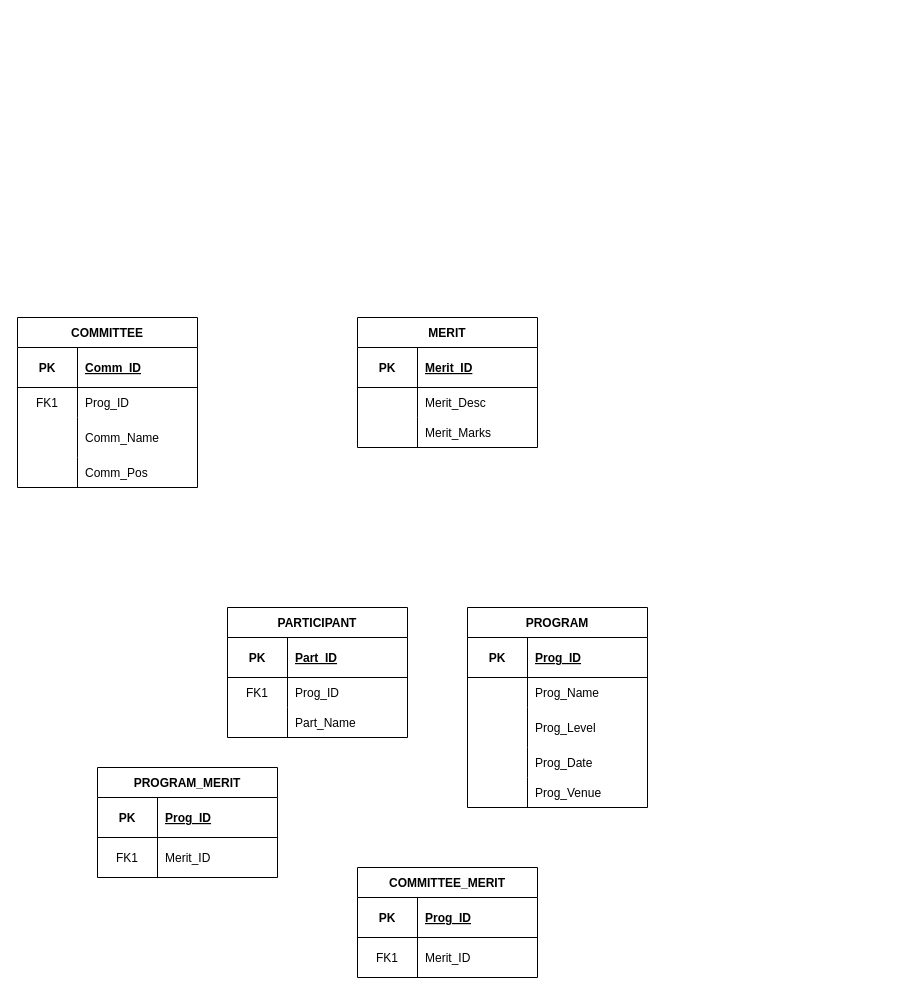
Above: Untitled Diagram.drawio in jianqi02/ERD (draw.io), before the change. Source tidied: cells renumbered, new cells numbered last; positions are measured from the earlier drawing's top-left corner, leaving out a move shared by most shapes. Both pictures are drawn from the tidied source at 100%, with x=0, y=0 at pixel (17, 317).
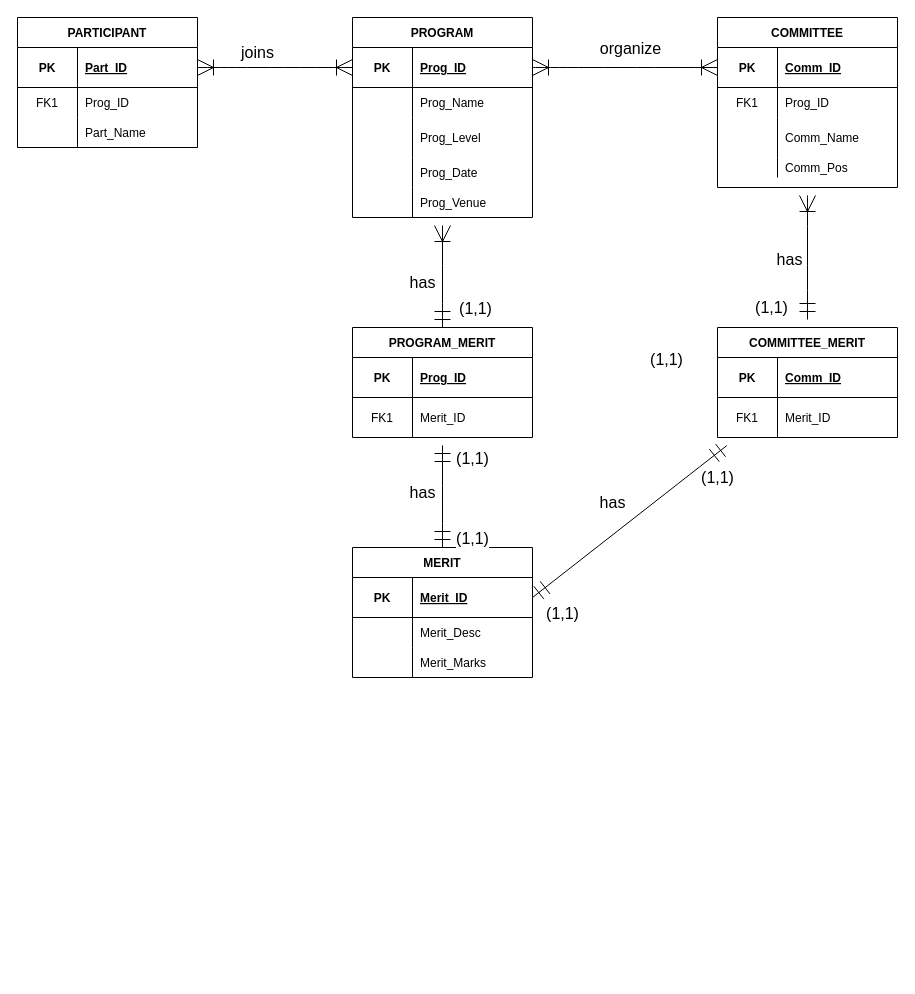
The same diagram, later.

Unchanged cells that the change refers to:
```xml
<mxCell id="3" style="shape=tableRow;horizontal=0;startSize=0;swimlaneHead=0;swimlaneBody=0;fillColor=none;points=[[0,0.5],[1,0.5]];portConstraint=eastwest;top=0;left=0;right=0;bottom=1;" parent="2" vertex="1">
  <mxGeometry y="30" width="180" height="40" as="geometry" />
</mxCell>
<mxCell id="13" style="shape=tableRow;horizontal=0;startSize=0;swimlaneHead=0;swimlaneBody=0;fillColor=none;points=[[0,0.5],[1,0.5]];portConstraint=eastwest;top=0;left=0;right=0;bottom=1;" parent="12" vertex="1">
  <mxGeometry y="30" width="180" height="40" as="geometry" />
</mxCell>
<mxCell id="36" style="shape=tableRow;horizontal=0;startSize=0;swimlaneHead=0;swimlaneBody=0;fillColor=none;top=0;left=0;right=0;bottom=1;" parent="35" vertex="1">
  <mxGeometry y="30" width="180" height="40" as="geometry" />
</mxCell>
<mxCell id="43" style="shape=tableRow;horizontal=0;startSize=0;swimlaneHead=0;swimlaneBody=0;fillColor=none;points=[[0,0.5],[1,0.5]];portConstraint=eastwest;top=0;left=0;right=0;bottom=1;" parent="42" vertex="1">
  <mxGeometry y="30" width="180" height="40" as="geometry" />
</mxCell>
<mxCell id="53" style="shape=tableRow;horizontal=0;startSize=0;swimlaneHead=0;swimlaneBody=0;fillColor=none;points=[[0,0.5],[1,0.5]];portConstraint=eastwest;top=0;left=0;right=0;bottom=1;" parent="52" vertex="1">
  <mxGeometry y="30" width="180" height="40" as="geometry" />
</mxCell>
```

Diff of the diagram source:
```diff
@@
     <mxCell id="2" value="PARTICIPANT" style="shape=table;startSize=30;childLayout=tableLayout;rowLines=0;fontStyle=1;align=center;" parent="1" vertex="1">
-      <mxGeometry x="210" y="290" width="180" height="130" as="geometry" />
+      <mxGeometry y="-300" width="180" height="130" as="geometry" />
     </mxCell>
@@
+    <mxCell id="65" style="edgeStyle=none;curved=1;rounded=0;jettySize=auto;html=1;entryX=0.5;entryY=0;entryDx=0;entryDy=0;fontSize=12;startArrow=ERoneToMany;startFill=0;endArrow=ERmandOne;endFill=0;startSize=14;endSize=14;sourcePerimeterSpacing=8;targetPerimeterSpacing=8;" parent="1" edge="1" source="12" target="28">
+      <mxGeometry relative="1" as="geometry" />
+    </mxCell>
     <mxCell id="12" value="PROGRAM" style="shape=table;startSize=30;childLayout=tableLayout;rowLines=0;fontStyle=1;align=center;" parent="1" vertex="1">
-      <mxGeometry x="450" y="290" width="180" height="200" as="geometry" />
+      <mxGeometry x="335" y="-300" width="180" height="200" as="geometry" />
     </mxCell>
@@
+    <mxCell id="66" style="edgeStyle=none;curved=1;rounded=0;jettySize=auto;html=1;entryX=0.5;entryY=0;entryDx=0;entryDy=0;fontSize=12;startArrow=ERmandOne;startFill=0;endArrow=ERmandOne;endFill=0;startSize=14;endSize=14;sourcePerimeterSpacing=8;targetPerimeterSpacing=8;" parent="1" edge="1" source="28" target="42">
+      <mxGeometry relative="1" as="geometry" />
+    </mxCell>
     <mxCell id="28" value="PROGRAM_MERIT" style="shape=table;startSize=30;childLayout=tableLayout;rowLines=0;fontStyle=1;align=center;" parent="1" vertex="1">
-      <mxGeometry x="80" y="450" width="180" height="110" as="geometry" />
+      <mxGeometry x="335" y="10" width="180" height="110" as="geometry" />
     </mxCell>
@@
+    <mxCell id="67" style="edgeStyle=none;curved=1;rounded=0;jettySize=auto;html=1;entryX=1;entryY=0.5;entryDx=0;entryDy=0;fontSize=12;startArrow=ERmandOne;startFill=0;endArrow=ERmandOne;endFill=0;startSize=14;endSize=14;sourcePerimeterSpacing=8;targetPerimeterSpacing=8;" parent="1" edge="1" source="35" target="43">
+      <mxGeometry relative="1" as="geometry" />
+    </mxCell>
+    <mxCell id="68" value="(1,1)" style="edgeLabel;html=1;align=center;verticalAlign=middle;fontSize=16;" parent="67" vertex="1">
+      <mxGeometry x="-0.48" y="-2" relative="1" as="geometry">
+        <mxPoint x="42" y="-6" as="offset" />
+      </mxGeometry>
+    </mxCell>
     <mxCell id="35" value="COMMITTEE_MERIT" style="shape=table;startSize=30;childLayout=tableLayout;rowLines=0;fontStyle=1;align=center;" parent="1" vertex="1">
-      <mxGeometry x="340" y="550" width="180" height="110" as="geometry" />
+      <mxGeometry x="700" y="10" width="180" height="110" as="geometry" />
     </mxCell>
@@
-    <mxCell id="38" value="Prog_ID" style="shape=partialRectangle;fillColor=none;top=0;left=0;bottom=0;right=0;align=left;spacingLeft=6;fontStyle=5;overflow=hidden;" parent="36" vertex="1">
+    <mxCell id="38" value="Comm_ID" style="shape=partialRectangle;fillColor=none;top=0;left=0;bottom=0;right=0;align=left;spacingLeft=6;fontStyle=5;overflow=hidden;" parent="36" vertex="1">
       <mxGeometry x="60" width="120" height="40" as="geometry" />
     </mxCell>
@@
     <mxCell id="42" value="MERIT" style="shape=table;startSize=30;childLayout=tableLayout;rowLines=0;fontStyle=1;align=center;" parent="1" vertex="1">
-      <mxGeometry x="340" width="180" height="130" as="geometry" />
+      <mxGeometry x="335" y="230" width="180" height="130" as="geometry" />
     </mxCell>
@@
+    <mxCell id="69" style="edgeStyle=none;curved=1;rounded=0;jettySize=auto;html=1;fontSize=12;endArrow=ERmandOne;startSize=14;endSize=14;sourcePerimeterSpacing=8;targetPerimeterSpacing=8;endFill=0;startArrow=ERoneToMany;startFill=0;" parent="1" edge="1" source="52" target="35">
+      <mxGeometry relative="1" as="geometry" />
+    </mxCell>
+    <mxCell id="70" value="has" style="edgeLabel;html=1;align=center;verticalAlign=middle;fontSize=16;" parent="69" vertex="1">
+      <mxGeometry x="0.16" y="-3" relative="1" as="geometry">
+        <mxPoint x="-16" y="-9" as="offset" />
+      </mxGeometry>
+    </mxCell>
     <mxCell id="52" value="COMMITTEE" style="shape=table;startSize=30;childLayout=tableLayout;rowLines=0;fontStyle=1;align=center;" parent="1" vertex="1">
-      <mxGeometry width="180" height="170" as="geometry" />
+      <mxGeometry x="700" y="-300" width="180" height="170" as="geometry" />
     </mxCell>
@@
     <mxCell id="62" style="shape=tableRow;horizontal=0;startSize=0;swimlaneHead=0;swimlaneBody=0;fillColor=none;top=0;left=0;right=0;bottom=0;" parent="52" vertex="1">
-      <mxGeometry y="140" width="180" height="30" as="geometry" />
+      <mxGeometry y="140" width="180" height="20" as="geometry" />
     </mxCell>
     <mxCell id="63" style="shape=partialRectangle;fillColor=none;top=0;left=0;bottom=0;right=0;overflow=hidden;" parent="62" vertex="1">
-      <mxGeometry width="60" height="30" as="geometry" />
+      <mxGeometry width="60" height="20" as="geometry" />
     </mxCell>
     <mxCell id="64" value="Comm_Pos" style="shape=partialRectangle;fillColor=none;top=0;left=0;bottom=0;right=0;align=left;spacingLeft=6;overflow=hidden;" parent="62" vertex="1">
-      <mxGeometry x="60" width="120" height="30" as="geometry" />
+      <mxGeometry x="60" width="120" height="20" as="geometry" />
     </mxCell>
+    <mxCell id="71" style="edgeStyle=none;curved=1;rounded=0;jettySize=auto;html=1;exitX=1;exitY=0.5;exitDx=0;exitDy=0;entryX=0;entryY=0.5;entryDx=0;entryDy=0;fontSize=12;endArrow=ERoneToMany;startSize=14;endSize=14;sourcePerimeterSpacing=8;targetPerimeterSpacing=8;endFill=0;startArrow=ERoneToMany;startFill=0;" parent="1" edge="1" source="3" target="13">
+      <mxGeometry relative="1" as="geometry" />
+    </mxCell>
+    <mxCell id="72" style="edgeStyle=none;curved=1;rounded=0;jettySize=auto;html=1;exitX=1;exitY=0.5;exitDx=0;exitDy=0;entryX=0;entryY=0.5;entryDx=0;entryDy=0;fontSize=12;endArrow=ERoneToMany;startSize=14;endSize=14;sourcePerimeterSpacing=8;targetPerimeterSpacing=8;endFill=0;startArrow=ERoneToMany;startFill=0;" parent="1" edge="1" source="13" target="53">
+      <mxGeometry relative="1" as="geometry" />
+    </mxCell>
+    <mxCell id="73" value="organize" style="edgeLabel;html=1;align=center;verticalAlign=middle;fontSize=16;" parent="72" vertex="1">
+      <mxGeometry x="-0.15" y="-2" relative="1" as="geometry">
+        <mxPoint x="18" y="-22" as="offset" />
+      </mxGeometry>
+    </mxCell>
+    <mxCell id="74" value="joins" style="text;html=1;align=center;verticalAlign=middle;strokeColor=none;fillColor=none;fontSize=16;" parent="1" vertex="1">
+      <mxGeometry x="210" y="-280" width="60" height="30" as="geometry" />
+    </mxCell>
+    <mxCell id="75" value="has" style="text;html=1;align=center;verticalAlign=middle;strokeColor=none;fillColor=none;fontSize=16;" parent="1" vertex="1">
+      <mxGeometry x="570" y="170" width="50" height="30" as="geometry" />
+    </mxCell>
+    <mxCell id="76" value="has" style="text;html=1;align=center;verticalAlign=middle;strokeColor=none;fillColor=none;fontSize=16;" parent="1" vertex="1">
+      <mxGeometry x="380" y="160" width="50" height="30" as="geometry" />
+    </mxCell>
+    <mxCell id="77" value="has" style="text;html=1;align=center;verticalAlign=middle;strokeColor=none;fillColor=none;fontSize=16;" parent="1" vertex="1">
+      <mxGeometry x="380" y="-50" width="50" height="30" as="geometry" />
+    </mxCell>
+    <mxCell id="78" value="(1,1)" style="edgeLabel;html=1;align=center;verticalAlign=middle;fontSize=16;" parent="1" vertex="1">
+      <mxGeometry x="730" y="175" as="geometry">
+        <mxPoint x="-186" y="120" as="offset" />
+      </mxGeometry>
+    </mxCell>
+    <mxCell id="79" value="(1,1)" style="edgeLabel;html=1;align=center;verticalAlign=middle;fontSize=16;" parent="1" vertex="1">
+      <mxGeometry x="710" y="185" as="geometry">
+        <mxPoint x="43" y="-196" as="offset" />
+      </mxGeometry>
+    </mxCell>
+    <mxCell id="80" value="(1,1)" style="edgeLabel;html=1;align=center;verticalAlign=middle;fontSize=16;" parent="1" vertex="1">
+      <mxGeometry x="740" y="185" as="geometry">
+        <mxPoint x="-283" y="-195" as="offset" />
+      </mxGeometry>
+    </mxCell>
+    <mxCell id="81" value="(1,1)" style="edgeLabel;html=1;align=center;verticalAlign=middle;fontSize=16;" parent="1" vertex="1">
+      <mxGeometry x="739.8" y="199.8" as="geometry">
+        <mxPoint x="-91" y="-158" as="offset" />
+      </mxGeometry>
+    </mxCell>
+    <mxCell id="82" value="(1,1)" style="edgeLabel;html=1;align=center;verticalAlign=middle;fontSize=16;" parent="1" vertex="1">
+      <mxGeometry x="640" y="20" as="geometry">
+        <mxPoint x="-186" y="120" as="offset" />
+      </mxGeometry>
+    </mxCell>
+    <mxCell id="83" value="(1,1)" style="edgeLabel;html=1;align=center;verticalAlign=middle;fontSize=16;" parent="1" vertex="1">
+      <mxGeometry x="640" y="100" as="geometry">
+        <mxPoint x="-186" y="120" as="offset" />
+      </mxGeometry>
+    </mxCell>
```
